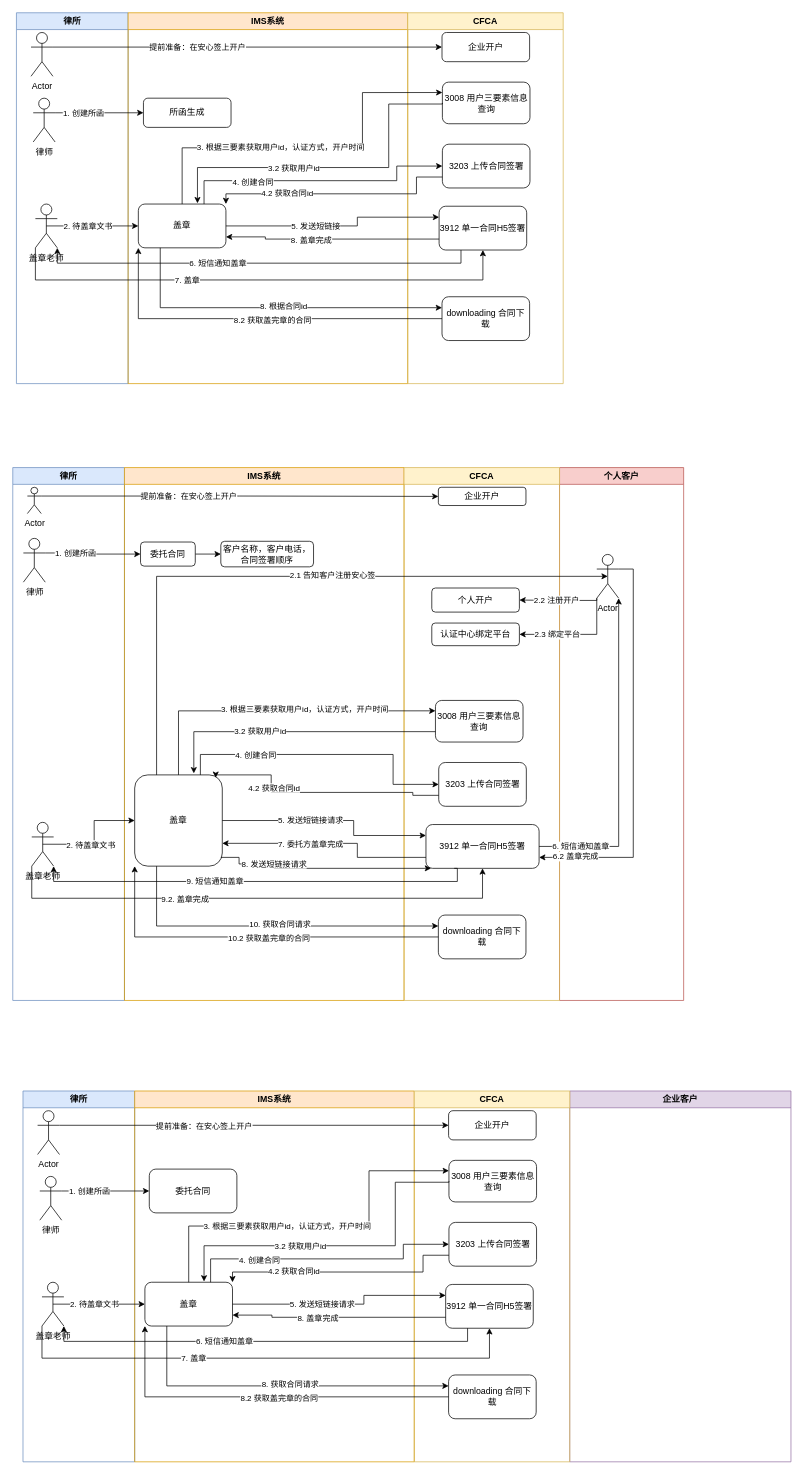
The draw.io diagram CFCA.drawio in hy986/Repo_0110, before the edit. Source tidied: cells renumbered, new cells numbered last; positions are measured from the earlier drawing's top-left corner, leaving out a move shared by most shapes. Both pictures are drawn from the tidied source at 73%, with x=0, y=0 at pixel (12, 12).
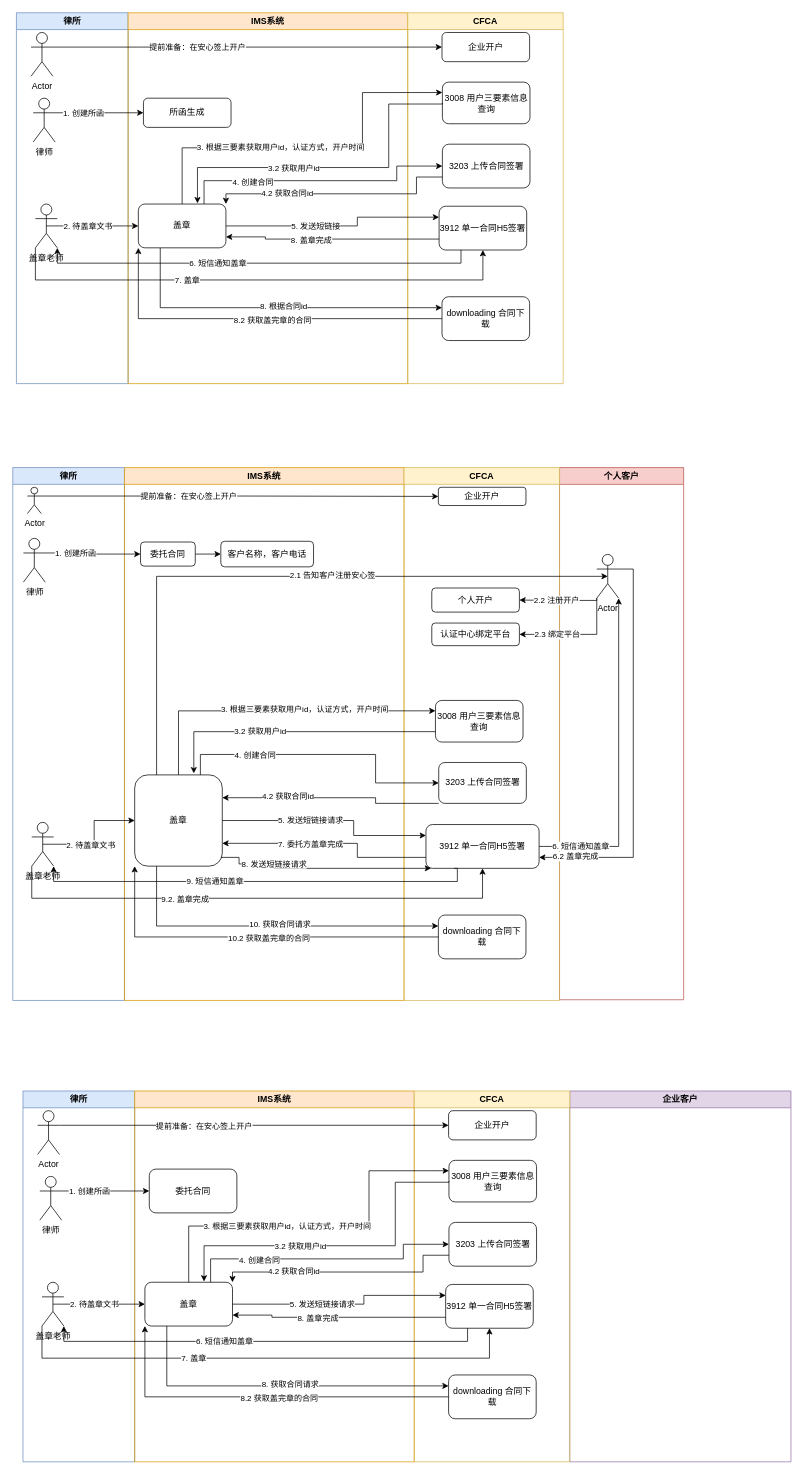
The same page after the edit.

Unchanged cells that the change refers to:
```xml
<mxCell id="48" value="IMS系统" style="swimlane;whiteSpace=wrap;html=1;fillColor=#ffe6cc;strokeColor=#d79b00;" parent="1" vertex="1">
  <mxGeometry x="153" y="623" width="383" height="730" as="geometry" />
</mxCell>
<mxCell id="51" value="盖章" style="rounded=1;whiteSpace=wrap;html=1;" parent="48" vertex="1">
  <mxGeometry x="14" y="421" width="120" height="125" as="geometry" />
</mxCell>
<mxCell id="57" value="CFCA" style="swimlane;whiteSpace=wrap;html=1;fillColor=#fff2cc;strokeColor=#d6b656;" parent="1" vertex="1">
  <mxGeometry x="536" y="623" width="213" height="730" as="geometry" />
</mxCell>
```

Diff of the diagram source:
```diff
@@
     <mxCell id="9" value="个人客户" style="swimlane;whiteSpace=wrap;html=1;fillColor=#f8cecc;strokeColor=#b85450;" parent="1" vertex="1">
-      <mxGeometry x="749" y="623" width="170" height="730" as="geometry" />
+      <mxGeometry x="749" y="623" width="170" height="729" as="geometry" />
     </mxCell>
@@
-    <mxCell id="52" value="客户名称，客户电话，合同签署顺序" style="rounded=1;whiteSpace=wrap;html=1;" parent="48" vertex="1">
+    <mxCell id="52" value="客户名称，客户电话" style="rounded=1;whiteSpace=wrap;html=1;" parent="48" vertex="1">
       <mxGeometry x="132" y="101" width="127" height="35" as="geometry" />
     </mxCell>
@@
     <mxCell id="58" value="3203&amp;nbsp;上传合同签署" style="rounded=1;whiteSpace=wrap;html=1;" parent="57" vertex="1">
-      <mxGeometry x="47.5" y="404" width="120" height="60" as="geometry" />
+      <mxGeometry x="47.5" y="404" width="120" height="56" as="geometry" />
     </mxCell>
@@
     <mxCell id="65" style="edgeStyle=orthogonalEdgeStyle;rounded=0;jettySize=auto;html=1;exitX=0.75;exitY=0;exitDx=0;exitDy=0;entryX=0;entryY=0.5;entryDx=0;entryDy=0;" parent="1" edge="1" source="51" target="58">
       <mxGeometry relative="1" as="geometry">
         <Array as="points">
           <mxPoint x="257" y="1016" />
-          <mxPoint x="521" y="1016" />
-          <mxPoint x="521" y="1057" />
+          <mxPoint x="497" y="1016" />
+          <mxPoint x="497" y="1055" />
         </Array>
       </mxGeometry>
     </mxCell>
@@
-    <mxCell id="81" style="edgeStyle=orthogonalEdgeStyle;rounded=0;jettySize=auto;html=1;exitX=0;exitY=0.75;exitDx=0;exitDy=0;entryX=0.925;entryY=0.032;entryDx=0;entryDy=0;entryPerimeter=0;" parent="1" edge="1" source="58" target="51">
+    <mxCell id="81" style="edgeStyle=orthogonalEdgeStyle;rounded=0;jettySize=auto;html=1;exitX=0;exitY=1;exitDx=0;exitDy=0;entryX=1;entryY=0.25;entryDx=0;entryDy=0;" parent="1" edge="1" source="58" target="51">
       <mxGeometry relative="1" as="geometry">
         <Array as="points">
-          <mxPoint x="548" y="1072" />
-          <mxPoint x="548" y="1068" />
-          <mxPoint x="354" y="1068" />
-          <mxPoint x="354" y="1044" />
-          <mxPoint x="278" y="1044" />
+          <mxPoint x="497" y="1083" />
+          <mxPoint x="497" y="1075" />
         </Array>
       </mxGeometry>
     </mxCell>
```
